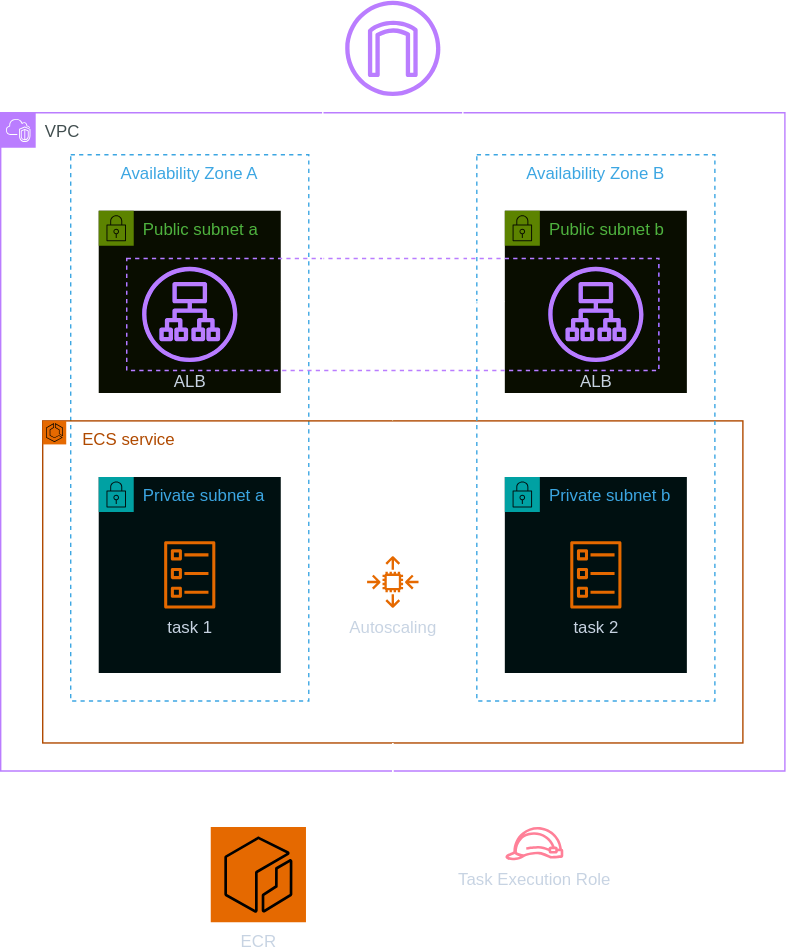
Before: docs/media/lab_4_arch.drawio.svg, a diagram exported from draw.io (superluminar-io/aws_advanced_workshop). Source tidied: cells renumbered, new cells last; positions are measured from the earlier drawing's top-left corner, leaving out a move shared by most shapes.
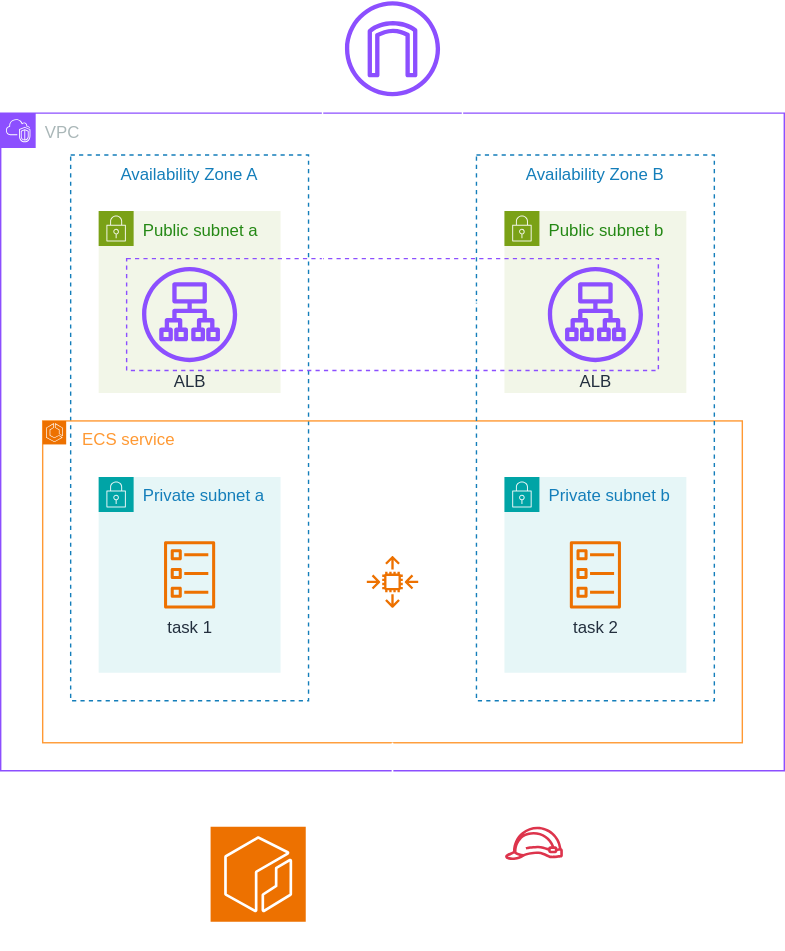
The same file after the commit.

Diff of the diagram source:
```diff
@@ -20,7 +20,7 @@
     <mxCell id="7" style="sketch=0;fontColor=#232F3E;fillColor=#ED7100;strokeColor=#ffffff;dashed=0;verticalLabelPosition=bottom;verticalAlign=top;align=center;html=1;fontSize=12;fontStyle=0;shape=mxgraph.aws4.resourceIcon;resIcon=mxgraph.aws4.ecs;" parent="5" vertex="1">
       <mxGeometry width="16.8" height="16.8" as="geometry" />
     </mxCell>
-    <mxCell id="8" value="Autoscaling" style="sketch=0;fontColor=#232F3E;gradientColor=none;fillColor=#ED7100;strokeColor=none;dashed=0;verticalLabelPosition=bottom;verticalAlign=top;align=center;html=1;fontSize=12;fontStyle=0;shape=mxgraph.aws4.auto_scaling2;" parent="5" vertex="1">
+    <mxCell id="8" value="Autoscaling" style="sketch=0;fontColor=#FFFFFF;gradientColor=none;fillColor=#ED7100;strokeColor=none;dashed=0;verticalLabelPosition=bottom;verticalAlign=top;align=center;html=1;fontSize=12;fontStyle=0;shape=mxgraph.aws4.auto_scaling2;" parent="5" vertex="1">
       <mxGeometry x="231.5" y="96.5" width="37" height="37" as="geometry" />
     </mxCell>
     <mxCell id="9" value="Private subnet a" style="gradientColor=none;html=1;whiteSpace=wrap;fontSize=12;fontStyle=0;shape=mxgraph.aws4.group;grIcon=mxgraph.aws4.group_security_group;grStroke=0;strokeColor=#00A4A6;fillColor=#E6F6F7;verticalAlign=top;align=left;spacingLeft=30;fontColor=#147EBA;dashed=0;" parent="2" vertex="1">
@@ -32,14 +32,6 @@
     <mxCell id="11" value="ALB" style="sketch=0;fontColor=#232F3E;gradientColor=none;fillColor=#8C4FFF;strokeColor=none;dashed=0;verticalLabelPosition=bottom;verticalAlign=top;align=center;html=1;fontSize=12;fontStyle=0;shape=mxgraph.aws4.application_load_balancer;" parent="2" vertex="1">
       <mxGeometry x="101" y="110" width="68" height="68" as="geometry" />
     </mxCell>
-    <mxCell id="12" style="edgeStyle=orthogonalEdgeStyle;rounded=0;jettySize=auto;html=1;" parent="2" edge="1" source="18" target="6">
-      <mxGeometry relative="1" as="geometry">
-        <Array as="points">
-          <mxPoint x="280" y="210" />
-          <mxPoint x="280" y="210" />
-        </Array>
-      </mxGeometry>
-    </mxCell>
     <mxCell id="13" value="Availability Zone B" style="fillColor=none;strokeColor=#147EBA;dashed=1;verticalAlign=top;fontStyle=0;fontColor=#147EBA;whiteSpace=wrap;html=1;" parent="2" vertex="1">
       <mxGeometry x="340" y="30" width="170" height="390" as="geometry" />
     </mxCell>
@@ -61,7 +53,7 @@
     <mxCell id="19" style="sketch=0;outlineConnect=0;fontColor=#232F3E;gradientColor=none;fillColor=#8C4FFF;strokeColor=none;dashed=0;verticalLabelPosition=bottom;verticalAlign=top;align=center;html=1;fontSize=12;fontStyle=0;shape=mxgraph.aws4.internet_gateway;" parent="1" vertex="1">
       <mxGeometry x="246" width="68" height="68" as="geometry" />
     </mxCell>
-    <mxCell id="20" style="edgeStyle=orthogonalEdgeStyle;rounded=0;jettySize=auto;html=1;startArrow=classic;startFill=1;" parent="1" edge="1" source="19" target="4">
+    <mxCell id="20" style="edgeStyle=orthogonalEdgeStyle;rounded=0;jettySize=auto;html=1;startArrow=classic;startFill=1;strokeColor=#FFFFFF;" parent="1" edge="1" source="19" target="4">
       <mxGeometry relative="1" as="geometry">
         <Array as="points">
           <mxPoint x="230" y="34" />
@@ -69,7 +61,7 @@
         </Array>
       </mxGeometry>
     </mxCell>
-    <mxCell id="21" style="edgeStyle=orthogonalEdgeStyle;rounded=0;jettySize=auto;html=1;startArrow=classic;startFill=1;" parent="1" edge="1" source="19" target="14">
+    <mxCell id="21" style="edgeStyle=orthogonalEdgeStyle;rounded=0;jettySize=auto;html=1;startArrow=classic;startFill=1;strokeColor=#FFFFFF;" parent="1" edge="1" source="19" target="14">
       <mxGeometry relative="1" as="geometry">
         <Array as="points">
           <mxPoint x="330" y="34" />
@@ -77,16 +69,16 @@
         </Array>
       </mxGeometry>
     </mxCell>
-    <mxCell id="22" style="edgeStyle=orthogonalEdgeStyle;rounded=0;jettySize=auto;html=1;entryX=0.5;entryY=1;entryDx=0;entryDy=0;startArrow=classic;startFill=1;endArrow=none;endFill=0;" parent="1" edge="1" source="23" target="6">
+    <mxCell id="22" style="edgeStyle=orthogonalEdgeStyle;rounded=0;jettySize=auto;html=1;entryX=0.5;entryY=1;entryDx=0;entryDy=0;startArrow=classic;startFill=1;endArrow=none;endFill=0;strokeColor=#FFFFFF;" parent="1" edge="1" source="23" target="6">
       <mxGeometry relative="1" as="geometry" />
     </mxCell>
-    <mxCell id="23" value="ECR" style="sketch=0;points=[[0,0,0],[0.25,0,0],[0.5,0,0],[0.75,0,0],[1,0,0],[0,1,0],[0.25,1,0],[0.5,1,0],[0.75,1,0],[1,1,0],[0,0.25,0],[0,0.5,0],[0,0.75,0],[1,0.25,0],[1,0.5,0],[1,0.75,0]];outlineConnect=0;fontColor=#232F3E;fillColor=#ED7100;strokeColor=#ffffff;dashed=0;verticalLabelPosition=bottom;verticalAlign=top;align=center;html=1;fontSize=12;fontStyle=0;shape=mxgraph.aws4.resourceIcon;resIcon=mxgraph.aws4.ecr;" parent="1" vertex="1">
+    <mxCell id="23" value="ECR" style="sketch=0;points=[[0,0,0],[0.25,0,0],[0.5,0,0],[0.75,0,0],[1,0,0],[0,1,0],[0.25,1,0],[0.5,1,0],[0.75,1,0],[1,1,0],[0,0.25,0],[0,0.5,0],[0,0.75,0],[1,0.25,0],[1,0.5,0],[1,0.75,0]];outlineConnect=0;fontColor=#FFFFFF;fillColor=#ED7100;strokeColor=#ffffff;dashed=0;verticalLabelPosition=bottom;verticalAlign=top;align=center;html=1;fontSize=12;fontStyle=0;shape=mxgraph.aws4.resourceIcon;resIcon=mxgraph.aws4.ecr;" parent="1" vertex="1">
       <mxGeometry x="150" y="590" width="68" height="68" as="geometry" />
     </mxCell>
-    <mxCell id="24" value="Task Execution Role" style="sketch=0;outlineConnect=0;fontColor=#232F3E;gradientColor=none;fillColor=#DD344C;strokeColor=none;dashed=0;verticalLabelPosition=bottom;verticalAlign=top;align=center;html=1;fontSize=12;fontStyle=0;shape=mxgraph.aws4.role;" parent="1" vertex="1">
+    <mxCell id="24" value="Task Execution Role" style="sketch=0;outlineConnect=0;fontColor=#FFFFFF;gradientColor=none;fillColor=#DD344C;strokeColor=none;dashed=0;verticalLabelPosition=bottom;verticalAlign=top;align=center;html=1;fontSize=12;fontStyle=0;shape=mxgraph.aws4.role;" parent="1" vertex="1">
       <mxGeometry x="360" y="590" width="42.2" height="23.8" as="geometry" />
     </mxCell>
-    <mxCell id="25" style="edgeStyle=orthogonalEdgeStyle;rounded=0;jettySize=auto;html=1;" parent="1" edge="1" source="6" target="24">
+    <mxCell id="25" style="edgeStyle=orthogonalEdgeStyle;rounded=0;jettySize=auto;html=1;strokeColor=#FFFFFF;" parent="1" edge="1" source="6" target="24">
       <mxGeometry relative="1" as="geometry" />
     </mxCell>
   </root>
```
